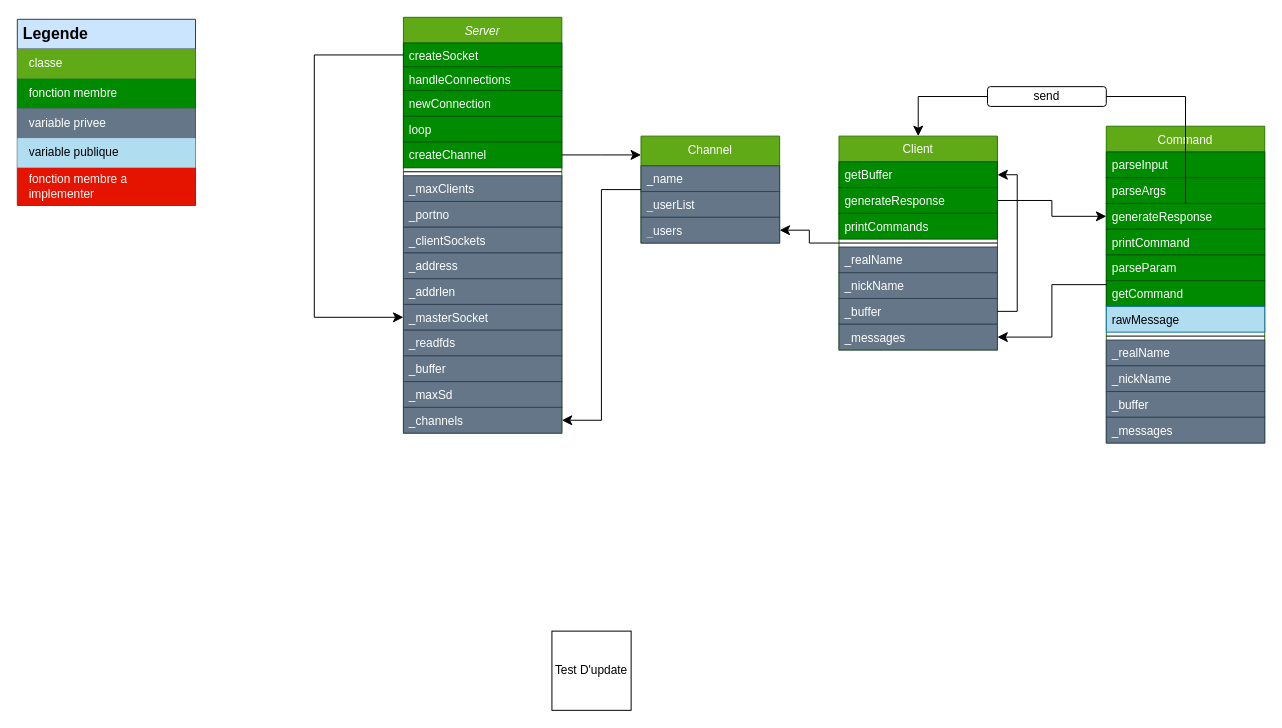
LucasLion/irc keeps this draw.io diagram as irc_diagram.drawio. Above is the earlier version. Source tidied: cells renumbered, new cells numbered last; positions are measured from the earlier drawing's top-left corner, leaving out a move shared by most shapes. Both pictures are drawn from the tidied source at 99%, with x=0, y=0 at pixel (17, 17).
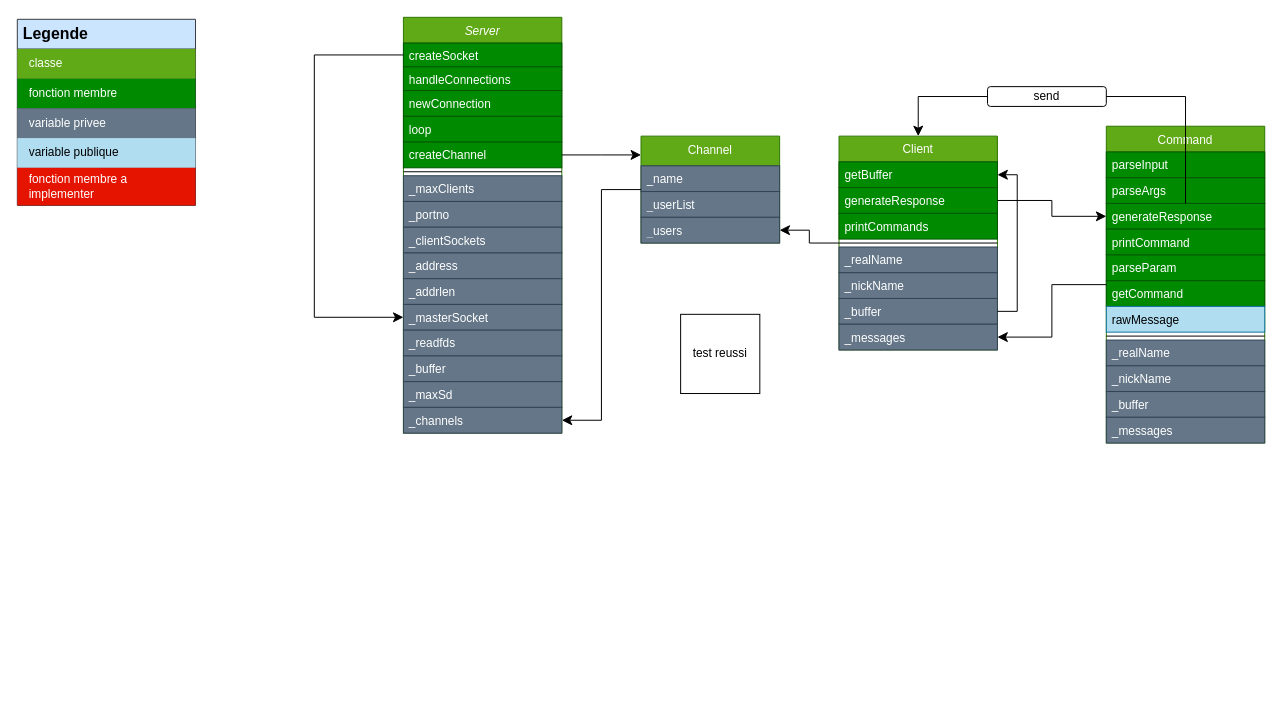
Above is the later version.

Commit message:
Mettre à jour irc_diagram.drawio

Change to the diagram source:
```diff
@@
-    <mxCell id="65" value="Test D'update" style="whiteSpace=wrap;html=1;" parent="1" vertex="1">
-      <mxGeometry x="540" y="620" width="80" height="80" as="geometry" />
+    <mxCell id="65" value="test reussi" style="whiteSpace=wrap;html=1;" parent="1" vertex="1">
+      <mxGeometry x="670" y="300" width="80" height="80" as="geometry" />
     </mxCell>
```
